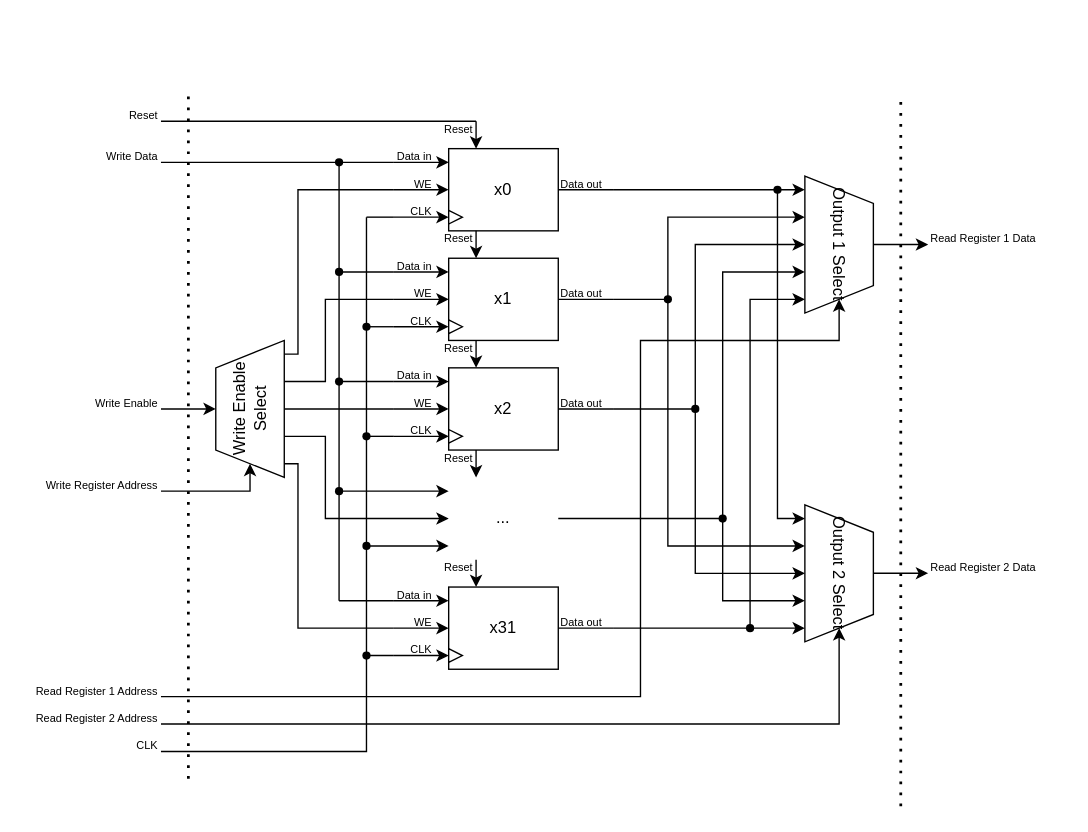
The draw.io diagram page "Register File" (6 of 11) of docs/imgs/hardware_design/Component.drawio in WachirawichN/C0-CPU, before the edit. Source tidied: cells renumbered, new cells numbered last; positions are measured from the earlier drawing's top-left corner, leaving out a move shared by most shapes. Both pictures are drawn from the tidied source at 137%, with x=0, y=0 at pixel (23, 93).
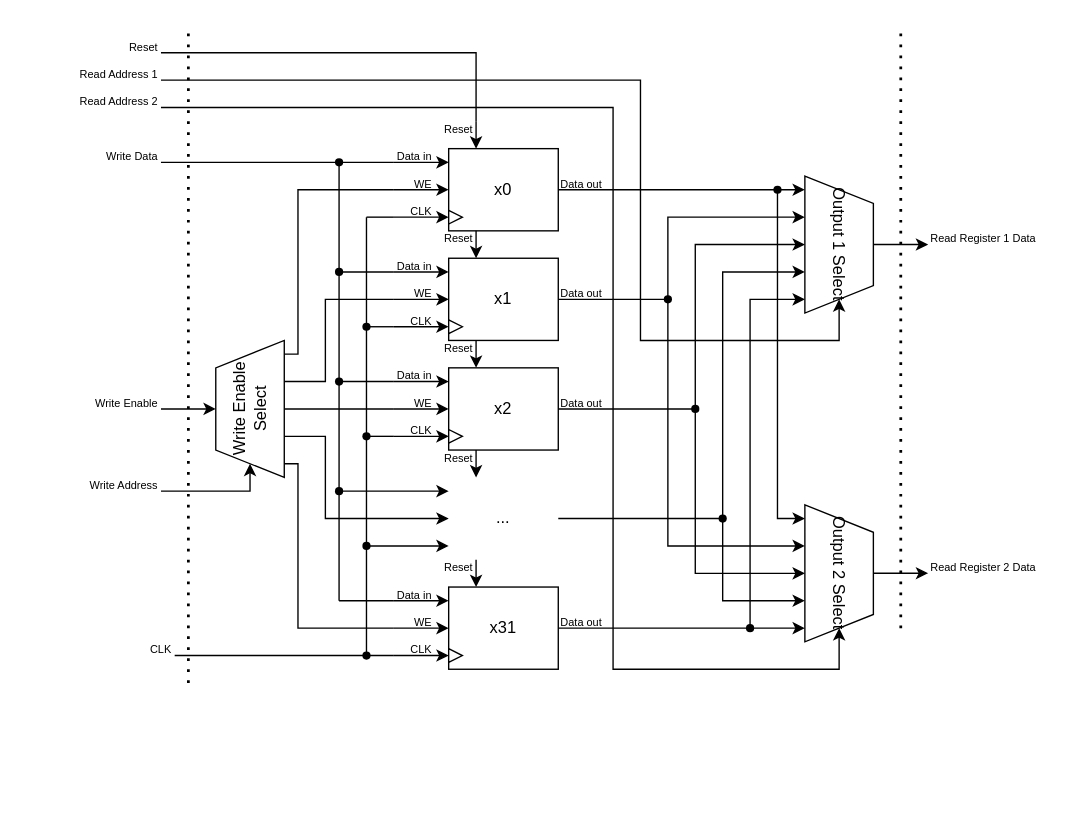
Above is the later version.

The change refers to these unchanged cells:
```xml
<mxCell id="17" value="Output 1 Select" style="shape=trapezoid;perimeter=trapezoidPerimeter;whiteSpace=wrap;html=1;shapeInside=1;fixedSize=1;rotation=90;" parent="1" vertex="1">
  <mxGeometry x="545" y="85" width="100" height="50" as="geometry" />
</mxCell>
<mxCell id="20" value="Output 2 Select" style="shape=trapezoid;perimeter=trapezoidPerimeter;whiteSpace=wrap;html=1;shapeInside=1;fixedSize=1;rotation=90;" parent="1" vertex="1">
  <mxGeometry x="545" y="325" width="100" height="50" as="geometry" />
</mxCell>
<mxCell id="38" value="&lt;font style=&quot;font-size: 8px;&quot;&gt;Reset&lt;/font&gt;" style="text;html=1;whiteSpace=wrap;strokeColor=none;fillColor=none;align=right;verticalAlign=middle;rounded=0;" parent="37" vertex="1">
  <mxGeometry x="30" width="30" height="10" as="geometry" />
</mxCell>
<mxCell id="84" value="&lt;font style=&quot;font-size: 8px;&quot;&gt;CLK&lt;/font&gt;" style="text;html=1;whiteSpace=wrap;strokeColor=none;fillColor=none;align=right;verticalAlign=middle;rounded=0;" parent="76" vertex="1">
  <mxGeometry y="60" width="30" height="10" as="geometry" />
</mxCell>
```

What changed in the source:
```diff
@@
     <mxCell id="3" style="endArrow=none;dashed=1;html=1;dashPattern=1 3;strokeWidth=2;rounded=0;" parent="1" edge="1">
       <mxGeometry relative="1" as="geometry">
-        <mxPoint x="120" y="500" as="sourcePoint" />
-        <mxPoint x="120" as="targetPoint" />
+        <mxPoint x="120" y="430" as="sourcePoint" />
+        <mxPoint x="120" y="-50" as="targetPoint" />
       </mxGeometry>
     </mxCell>
@@
     <mxCell id="7" style="endArrow=none;html=1;rounded=0;entryX=0;entryY=1;entryDx=0;entryDy=0;exitX=1;exitY=1;exitDx=0;exitDy=0;" parent="1" edge="1" source="113" target="84">
-      <mxGeometry relative="1" as="geometry">
-        <Array as="points">
-          <mxPoint x="250" y="480" />
-          <mxPoint x="250" y="410" />
-        </Array>
-      </mxGeometry>
+      <mxGeometry relative="1" as="geometry" />
     </mxCell>
@@
-    <mxCell id="36" style="endArrow=none;html=1;rounded=0;entryX=1;entryY=0;entryDx=0;entryDy=0;" parent="1" edge="1" target="38">
+    <mxCell id="36" style="endArrow=none;html=1;rounded=0;exitX=1;exitY=1;exitDx=0;exitDy=0;entryX=1;entryY=0;entryDx=0;entryDy=0;" parent="1" edge="1" source="109" target="38">
       <mxGeometry relative="1" as="geometry">
-        <mxPoint x="100" y="20" as="sourcePoint" />
+        <Array as="points">
+          <mxPoint x="330" y="-30" />
+        </Array>
       </mxGeometry>
     </mxCell>
@@
     <mxCell id="105" style="endArrow=none;dashed=1;html=1;dashPattern=1 3;strokeWidth=2;rounded=0;" parent="1" edge="1">
       <mxGeometry relative="1" as="geometry">
-        <mxPoint x="640" y="520" as="sourcePoint" />
-        <mxPoint x="640" as="targetPoint" />
+        <mxPoint x="640" y="390" as="sourcePoint" />
+        <mxPoint x="640" y="-50" as="targetPoint" />
       </mxGeometry>
     </mxCell>
@@
-    <mxCell id="107" style="endArrow=classic;html=1;rounded=0;" parent="1" edge="1" target="17">
+    <mxCell id="107" style="endArrow=classic;html=1;rounded=0;exitX=1;exitY=1;exitDx=0;exitDy=0;" parent="1" edge="1" source="118" target="17">
       <mxGeometry relative="1" as="geometry">
-        <mxPoint x="100" y="440" as="sourcePoint" />
         <Array as="points">
-          <mxPoint x="450" y="440" />
+          <mxPoint x="450" y="-10" />
           <mxPoint x="450" y="180" />
           <mxPoint x="595" y="180" />
         </Array>
       </mxGeometry>
     </mxCell>
-    <mxCell id="108" style="endArrow=classic;html=1;rounded=0;" parent="1" edge="1" target="20">
+    <mxCell id="108" style="endArrow=classic;html=1;rounded=0;exitX=1;exitY=1;exitDx=0;exitDy=0;" parent="1" edge="1" source="119" target="20">
       <mxGeometry relative="1" as="geometry">
-        <mxPoint x="100" y="460" as="sourcePoint" />
         <Array as="points">
-          <mxPoint x="450" y="460" />
-          <mxPoint x="595" y="460" />
+          <mxPoint x="430" y="10" />
+          <mxPoint x="430" y="420" />
+          <mxPoint x="595" y="420" />
         </Array>
       </mxGeometry>
     </mxCell>
     <mxCell id="109" value="&lt;font style=&quot;font-size: 8px;&quot;&gt;Reset&lt;/font&gt;" style="text;html=1;whiteSpace=wrap;strokeColor=none;fillColor=none;align=right;verticalAlign=middle;rounded=0;" parent="1" vertex="1">
-      <mxGeometry x="70" y="10" width="30" height="10" as="geometry" />
+      <mxGeometry x="70" y="-40" width="30" height="10" as="geometry" />
     </mxCell>
@@
-    <mxCell id="112" value="&lt;font style=&quot;font-size: 8px;&quot;&gt;Write Register Address&lt;/font&gt;" style="text;html=1;whiteSpace=wrap;strokeColor=none;fillColor=none;align=right;verticalAlign=middle;rounded=0;" parent="1" vertex="1">
+    <mxCell id="112" value="&lt;font style=&quot;font-size: 8px;&quot;&gt;Write Address&lt;/font&gt;" style="text;html=1;whiteSpace=wrap;strokeColor=none;fillColor=none;align=right;verticalAlign=middle;rounded=0;" parent="1" vertex="1">
       <mxGeometry x="10" y="280" width="90" height="10" as="geometry" />
     </mxCell>
     <mxCell id="113" value="&lt;font style=&quot;font-size: 8px;&quot;&gt;CLK&lt;/font&gt;" style="text;html=1;whiteSpace=wrap;strokeColor=none;fillColor=none;align=right;verticalAlign=middle;rounded=0;" parent="1" vertex="1">
-      <mxGeometry x="80" y="470" width="20" height="10" as="geometry" />
+      <mxGeometry x="90" y="400" width="20" height="10" as="geometry" />
     </mxCell>
-    <mxCell id="114" value="&lt;font style=&quot;font-size: 8px;&quot;&gt;Read Register 1 Address&lt;/font&gt;" style="text;html=1;whiteSpace=wrap;strokeColor=none;fillColor=none;align=right;verticalAlign=middle;rounded=0;" parent="1" vertex="1">
-      <mxGeometry y="430" width="100" height="10" as="geometry" />
-    </mxCell>
-    <mxCell id="115" value="&lt;font style=&quot;font-size: 8px;&quot;&gt;Read Register 2 Address&lt;/font&gt;" style="text;html=1;whiteSpace=wrap;strokeColor=none;fillColor=none;align=right;verticalAlign=middle;rounded=0;" parent="1" vertex="1">
-      <mxGeometry y="450" width="100" height="10" as="geometry" />
-    </mxCell>
@@
+    <mxCell id="118" value="&lt;font style=&quot;font-size: 8px;&quot;&gt;Read Address 1&lt;/font&gt;" style="text;html=1;whiteSpace=wrap;strokeColor=none;fillColor=none;align=right;verticalAlign=middle;rounded=0;" parent="1" vertex="1">
+      <mxGeometry y="-20" width="100" height="10" as="geometry" />
+    </mxCell>
+    <mxCell id="119" value="&lt;span style=&quot;font-size: 8px;&quot;&gt;Read Address 2&lt;/span&gt;" style="text;html=1;whiteSpace=wrap;strokeColor=none;fillColor=none;align=right;verticalAlign=middle;rounded=0;" parent="1" vertex="1">
+      <mxGeometry width="100" height="10" as="geometry" />
+    </mxCell>
```
